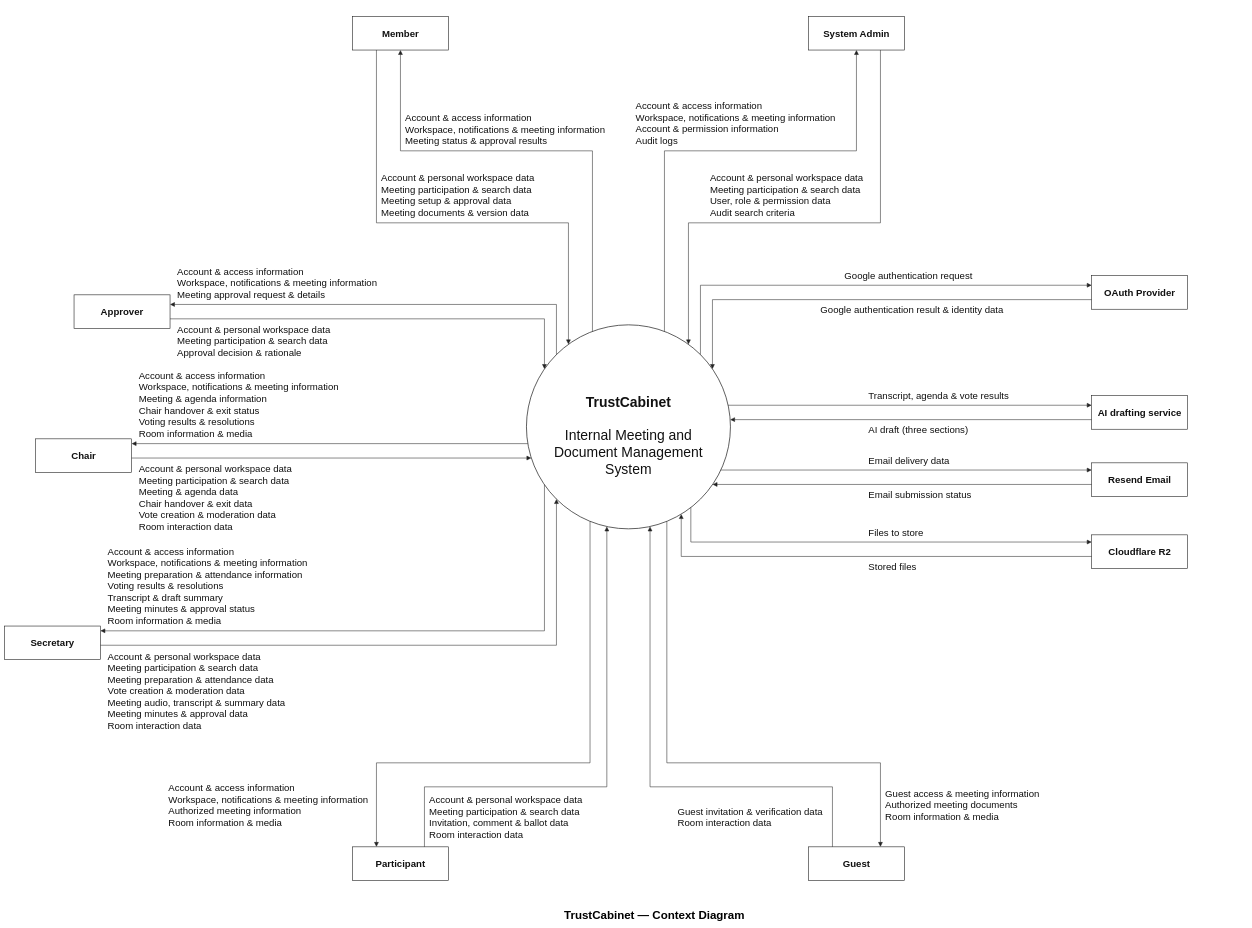
The draw.io diagram docs/11-contextdiagram/trustcabinet-context.drawio in callmehai/FU-FA26-G116, before the edit. Source tidied: cells renumbered, new cells numbered last; positions are measured from the earlier drawing's top-left corner, leaving out a move shared by most shapes. Both pictures are drawn from the tidied source at 24%, with x=0, y=0 at pixel (4, 16).
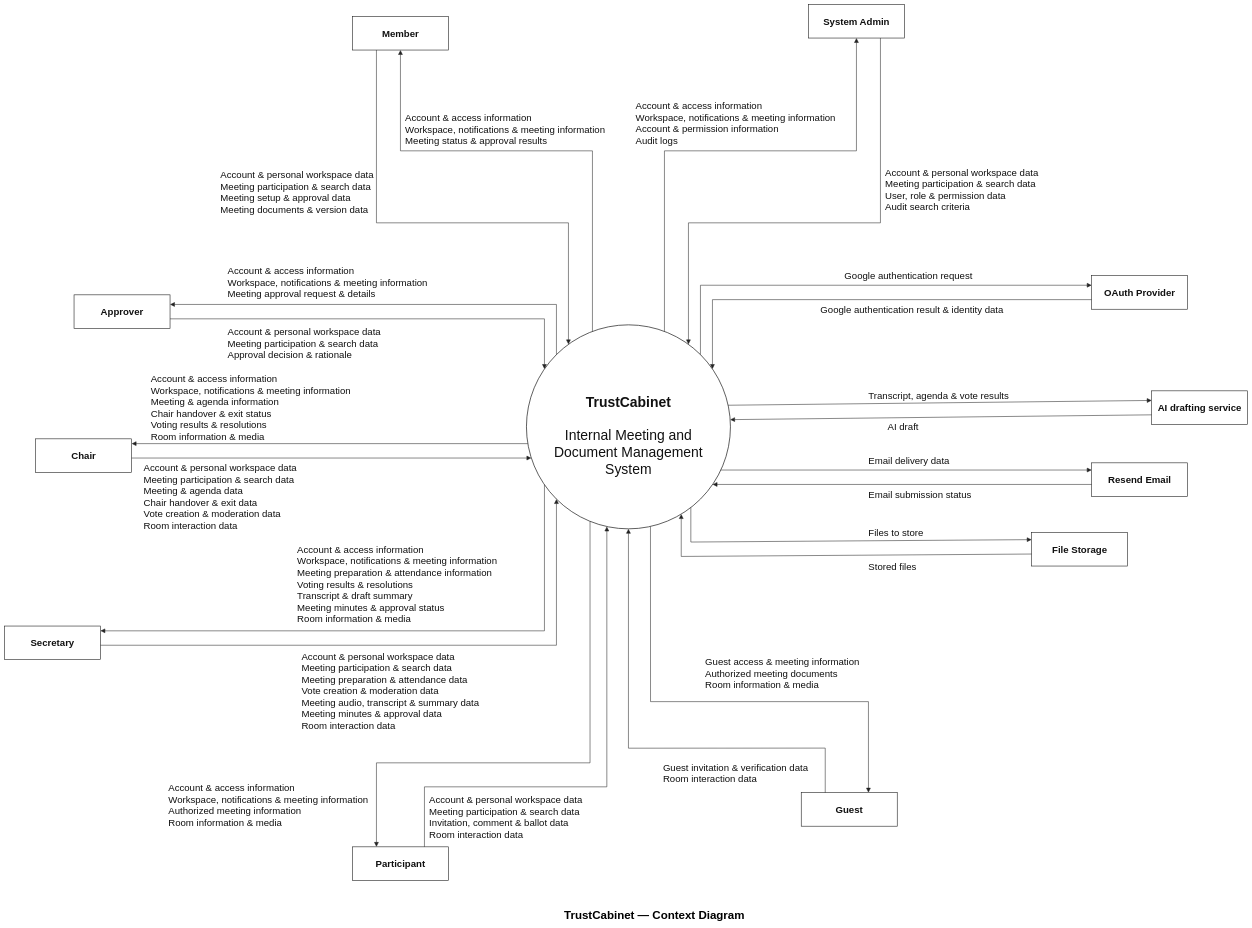
Above is the later version.

The change refers to these unchanged cells:
```xml
<mxCell id="3" value="&lt;b&gt;&lt;br&gt;TrustCabinet&lt;/b&gt;&lt;br&gt;&lt;br&gt;&lt;div&gt;Internal Meeting and&lt;/div&gt;&lt;div&gt;Document Management&lt;/div&gt;&lt;div&gt;System&lt;/div&gt;" style="ellipse;whiteSpace=wrap;html=1;fillColor=#ffffff;strokeColor=#222222;strokeWidth=3;fontColor=#111111;fontFamily=Arial;fontSize=58;align=center;" parent="1" vertex="1">
  <mxGeometry x="2175" y="1285" width="850" height="850" as="geometry" />
</mxCell>
```

Change to the diagram source:
```diff
@@
     <mxCell id="4" value="System Admin" style="rounded=0;whiteSpace=wrap;html=1;fillColor=#ffffff;strokeColor=#222222;strokeWidth=2.5;fontColor=#111111;fontFamily=Arial;fontSize=40;fontStyle=1;align=center;verticalAlign=middle;spacing=12;" parent="1" vertex="1">
-      <mxGeometry x="3350" width="400" height="140" as="geometry" />
+      <mxGeometry x="3350" y="-50" width="400" height="140" as="geometry" />
     </mxCell>
@@
     <mxCell id="10" value="Guest" style="rounded=0;whiteSpace=wrap;html=1;fillColor=#ffffff;strokeColor=#222222;strokeWidth=2.5;fontColor=#111111;fontFamily=Arial;fontSize=40;fontStyle=1;align=center;verticalAlign=middle;spacing=12;" parent="1" vertex="1">
-      <mxGeometry x="3350" y="3460" width="400" height="140" as="geometry" />
+      <mxGeometry x="3320" y="3234" width="400" height="140" as="geometry" />
     </mxCell>
@@
     <mxCell id="12" value="AI drafting service" style="rounded=0;whiteSpace=wrap;html=1;fillColor=#ffffff;strokeColor=#222222;strokeWidth=2.5;fontColor=#111111;fontFamily=Arial;fontSize=40;fontStyle=1;align=center;verticalAlign=middle;spacing=12;" parent="1" vertex="1">
-      <mxGeometry x="4530" y="1580" width="400" height="140" as="geometry" />
+      <mxGeometry x="4780" y="1560" width="400" height="140" as="geometry" />
     </mxCell>
@@
-    <mxCell id="14" value="Cloudflare R2" style="rounded=0;whiteSpace=wrap;html=1;fillColor=#ffffff;strokeColor=#222222;strokeWidth=2.5;fontColor=#111111;fontFamily=Arial;fontSize=40;fontStyle=1;align=center;verticalAlign=middle;spacing=12;" parent="1" vertex="1">
-      <mxGeometry x="4530" y="2160" width="400" height="140" as="geometry" />
+    <mxCell id="14" value="File Storage" style="rounded=0;whiteSpace=wrap;html=1;fillColor=#ffffff;strokeColor=#222222;strokeWidth=2.5;fontColor=#111111;fontFamily=Arial;fontSize=40;fontStyle=1;align=center;verticalAlign=middle;spacing=12;" parent="1" vertex="1">
+      <mxGeometry x="4280" y="2150" width="400" height="140" as="geometry" />
     </mxCell>
@@
     <mxCell id="16" value="Account &amp;amp; personal workspace data&lt;br&gt;Meeting participation &amp;amp; search data&lt;br&gt;User, role &amp;amp; permission data&lt;br&gt;Audit search criteria" style="text;html=1;align=left;verticalAlign=middle;whiteSpace=nowrap;overflow=visible;strokeColor=none;fillColor=none;spacing=0;fontFamily=Arial;fontSize=40;fontColor=#111111;" parent="1" vertex="1">
-      <mxGeometry x="2940" y="644" width="658" height="202" as="geometry" />
+      <mxGeometry x="3670" y="620" width="658" height="202" as="geometry" />
     </mxCell>
@@
     <mxCell id="20" value="Account &amp;amp; personal workspace data&lt;br&gt;Meeting participation &amp;amp; search data&lt;br&gt;Meeting setup &amp;amp; approval data&lt;br&gt;Meeting documents &amp;amp; version data" style="text;html=1;align=left;verticalAlign=middle;whiteSpace=nowrap;overflow=visible;strokeColor=none;fillColor=none;spacing=0;fontFamily=Arial;fontSize=40;fontColor=#111111;" parent="1" vertex="1">
-      <mxGeometry x="1570" y="644" width="658" height="202" as="geometry" />
+      <mxGeometry x="900" y="630" width="658" height="202" as="geometry" />
     </mxCell>
@@
     <mxCell id="24" value="Account &amp;amp; personal workspace data&lt;br&gt;Meeting participation &amp;amp; search data&lt;br&gt;Approval decision &amp;amp; rationale" style="text;html=1;align=left;verticalAlign=middle;whiteSpace=nowrap;overflow=visible;strokeColor=none;fillColor=none;spacing=0;fontFamily=Arial;fontSize=40;fontColor=#111111;" parent="1" vertex="1">
-      <mxGeometry x="720" y="1274" width="658" height="153" as="geometry" />
+      <mxGeometry x="930" y="1285" width="658" height="153" as="geometry" />
     </mxCell>
@@
     <mxCell id="26" value="Account &amp;amp; access information&lt;br&gt;Workspace, notifications &amp;amp; meeting information&lt;br&gt;Meeting approval request &amp;amp; details" style="text;html=1;align=left;verticalAlign=middle;whiteSpace=nowrap;overflow=visible;strokeColor=none;fillColor=none;spacing=0;fontFamily=Arial;fontSize=40;fontColor=#111111;" parent="1" vertex="1">
-      <mxGeometry x="720" y="1033" width="852" height="153" as="geometry" />
+      <mxGeometry x="930" y="1030" width="852" height="153" as="geometry" />
     </mxCell>
@@
     <mxCell id="28" value="Account &amp;amp; personal workspace data&lt;br&gt;Meeting participation &amp;amp; search data&lt;br&gt;Meeting &amp;amp; agenda data&lt;br&gt;Chair handover &amp;amp; exit data&lt;br&gt;Vote creation &amp;amp; moderation data&lt;br&gt;Room interaction data" style="text;html=1;align=left;verticalAlign=middle;whiteSpace=nowrap;overflow=visible;strokeColor=none;fillColor=none;spacing=0;fontFamily=Arial;fontSize=40;fontColor=#111111;" parent="1" vertex="1">
-      <mxGeometry x="560" y="1854" width="658" height="300" as="geometry" />
+      <mxGeometry x="580" y="1850" width="658" height="300" as="geometry" />
     </mxCell>
@@
     <mxCell id="30" value="Account &amp;amp; access information&lt;br&gt;Workspace, notifications &amp;amp; meeting information&lt;br&gt;Meeting &amp;amp; agenda information&lt;br&gt;Chair handover &amp;amp; exit status&lt;br&gt;Voting results &amp;amp; resolutions&lt;br&gt;Room information &amp;amp; media" style="text;html=1;align=left;verticalAlign=middle;whiteSpace=nowrap;overflow=visible;strokeColor=none;fillColor=none;spacing=0;fontFamily=Arial;fontSize=40;fontColor=#111111;" parent="1" vertex="1">
-      <mxGeometry x="560" y="1466" width="852" height="300" as="geometry" />
+      <mxGeometry x="610" y="1480" width="852" height="300" as="geometry" />
     </mxCell>
@@
     <mxCell id="32" value="Account &amp;amp; personal workspace data&lt;br&gt;Meeting participation &amp;amp; search data&lt;br&gt;Meeting preparation &amp;amp; attendance data&lt;br&gt;Vote creation &amp;amp; moderation data&lt;br&gt;Meeting audio, transcript &amp;amp; summary data&lt;br&gt;Meeting minutes &amp;amp; approval data&lt;br&gt;Room interaction data" style="text;html=1;align=left;verticalAlign=middle;whiteSpace=nowrap;overflow=visible;strokeColor=none;fillColor=none;spacing=0;fontFamily=Arial;fontSize=40;fontColor=#111111;" parent="1" vertex="1">
-      <mxGeometry x="430" y="2634" width="758" height="349" as="geometry" />
+      <mxGeometry x="1238" y="2634" width="758" height="349" as="geometry" />
     </mxCell>
@@
     <mxCell id="34" value="Account &amp;amp; access information&lt;br&gt;Workspace, notifications &amp;amp; meeting information&lt;br&gt;Meeting preparation &amp;amp; attendance information&lt;br&gt;Voting results &amp;amp; resolutions&lt;br&gt;Transcript &amp;amp; draft summary&lt;br&gt;Meeting minutes &amp;amp; approval status&lt;br&gt;Room information &amp;amp; media" style="text;html=1;align=left;verticalAlign=middle;whiteSpace=nowrap;overflow=visible;strokeColor=none;fillColor=none;spacing=0;fontFamily=Arial;fontSize=40;fontColor=#111111;" parent="1" vertex="1">
-      <mxGeometry x="430" y="2197" width="852" height="349" as="geometry" />
+      <mxGeometry x="1220" y="2190" width="852" height="349" as="geometry" />
     </mxCell>
@@
-    <mxCell id="39" style="edgeStyle=none;rounded=0;jettySize=auto;html=1;endArrow=block;endFill=1;endSize=14;startArrow=none;strokeWidth=2.2;strokeColor=#222222;fontColor=#111111;fontFamily=Arial;fontSize=40;align=left;verticalAlign=middle;labelBackgroundColor=none;exitX=0.2500000000;exitY=0.0000000000;exitDx=0;exitDy=0;exitPerimeter=0;entryX=0.6058823529;entryY=0.9887058824;entryDx=0;entryDy=0;entryPerimeter=0;" parent="1" edge="1" source="10" target="3">
+    <mxCell id="39" style="edgeStyle=none;rounded=0;jettySize=auto;html=1;endArrow=block;endFill=1;endSize=14;startArrow=none;strokeWidth=2.2;strokeColor=#222222;fontColor=#111111;fontFamily=Arial;fontSize=40;align=left;verticalAlign=middle;labelBackgroundColor=none;exitX=0.25;exitY=0;exitDx=0;exitDy=0;" parent="1" edge="1" source="10" target="3">
       <mxGeometry relative="1" as="geometry">
         <Array as="points">
-          <mxPoint x="3450" y="3210" />
-          <mxPoint x="2690" y="3210" />
+          <mxPoint x="3420" y="3048.6" />
+          <mxPoint x="2600" y="3049" />
         </Array>
       </mxGeometry>
     </mxCell>
     <mxCell id="40" value="Guest invitation &amp;amp; verification data&lt;br&gt;Room interaction data" style="text;html=1;align=left;verticalAlign=middle;whiteSpace=nowrap;overflow=visible;strokeColor=none;fillColor=none;spacing=0;fontFamily=Arial;fontSize=40;fontColor=#111111;" parent="1" vertex="1">
-      <mxGeometry x="2805" y="3283" width="625" height="104" as="geometry" />
+      <mxGeometry x="2743.5" y="3100" width="625" height="104" as="geometry" />
     </mxCell>
-    <mxCell id="41" style="edgeStyle=none;rounded=0;jettySize=auto;html=1;endArrow=block;endFill=1;endSize=14;startArrow=none;strokeWidth=2.2;strokeColor=#222222;fontColor=#111111;fontFamily=Arial;fontSize=40;align=left;verticalAlign=middle;labelBackgroundColor=none;exitX=0.6882352941;exitY=0.9631764706;exitDx=0;exitDy=0;exitPerimeter=0;entryX=0.7500000000;entryY=0.0000000000;entryDx=0;entryDy=0;entryPerimeter=0;" parent="1" edge="1" source="3" target="10">
+    <mxCell id="41" style="edgeStyle=none;rounded=0;jettySize=auto;html=1;endArrow=block;endFill=1;endSize=14;startArrow=none;strokeWidth=2.2;strokeColor=#222222;fontColor=#111111;fontFamily=Arial;fontSize=40;align=left;verticalAlign=middle;labelBackgroundColor=none;entryX=0.7;entryY=0;entryDx=0;entryDy=0;exitX=0.608;exitY=0.989;exitDx=0;exitDy=0;exitPerimeter=0;" parent="1" edge="1" source="3" target="10">
       <mxGeometry relative="1" as="geometry">
         <Array as="points">
-          <mxPoint x="2760" y="3110" />
-          <mxPoint x="3650" y="3110" />
+          <mxPoint x="2692" y="2855" />
+          <mxPoint x="3600" y="2855" />
         </Array>
       </mxGeometry>
     </mxCell>
     <mxCell id="42" value="Guest access &amp;amp; meeting information&lt;br&gt;Authorized meeting documents&lt;br&gt;Room information &amp;amp; media" style="text;html=1;align=left;verticalAlign=middle;whiteSpace=nowrap;overflow=visible;strokeColor=none;fillColor=none;spacing=0;fontFamily=Arial;fontSize=40;fontColor=#111111;" parent="1" vertex="1">
-      <mxGeometry x="3670" y="3208" width="662" height="153" as="geometry" />
+      <mxGeometry x="2920" y="2660" width="662" height="153" as="geometry" />
     </mxCell>
@@
-    <mxCell id="48" value="AI draft (three sections)" style="text;html=1;align=left;verticalAlign=middle;whiteSpace=nowrap;overflow=visible;strokeColor=none;fillColor=none;spacing=0;fontFamily=Arial;fontSize=40;fontColor=#111111;" parent="1" vertex="1">
-      <mxGeometry x="3600" y="1694" width="436" height="55" as="geometry" />
+    <mxCell id="48" value="AI draft&amp;nbsp;" style="text;html=1;align=left;verticalAlign=middle;whiteSpace=nowrap;overflow=visible;strokeColor=none;fillColor=none;spacing=0;fontFamily=Arial;fontSize=40;fontColor=#111111;" parent="1" vertex="1">
+      <mxGeometry x="3680" y="1682.5" width="436" height="55" as="geometry" />
     </mxCell>
```
